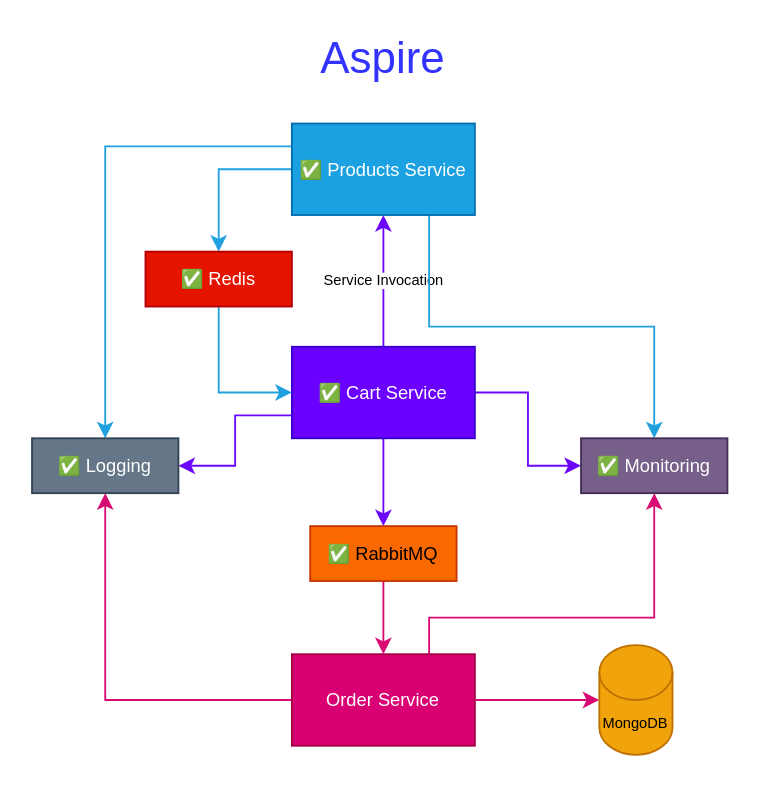
Earlier version of the draw.io diagram assets/Aspire.drawio (spicycoder/AspireRecipes). Source tidied: cells renumbered, new cells numbered last; positions are measured from the earlier drawing's top-left corner, leaving out a move shared by most shapes. Both pictures are drawn from the tidied source at 183%, with x=0, y=0 at pixel (31, 31).
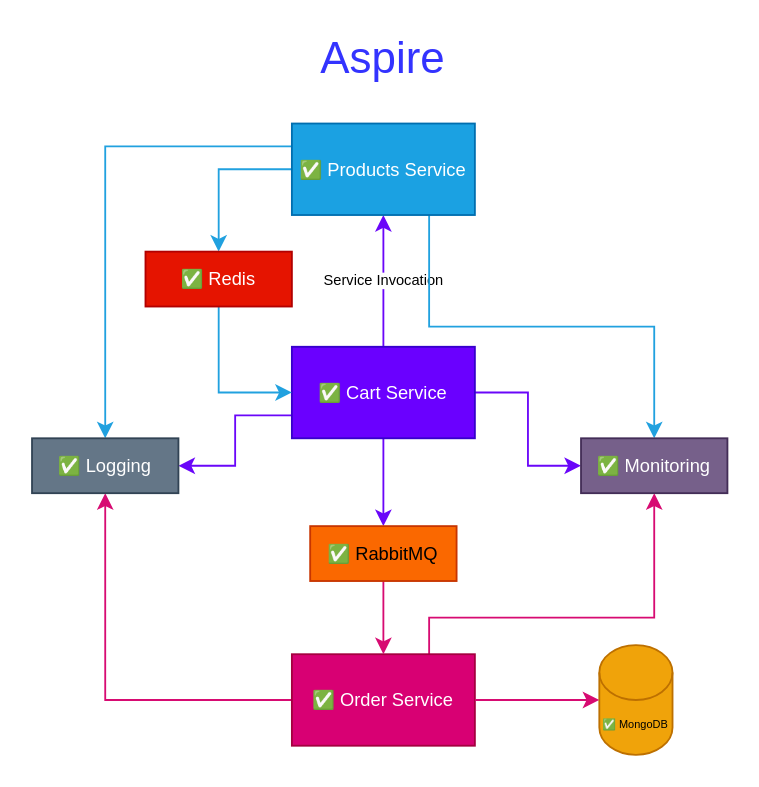
After the change.

Change to the diagram source:
```diff
@@
-    <mxCell id="13" value="Order Service" style="rounded=0;whiteSpace=wrap;html=1;fillColor=#d80073;fontColor=#ffffff;strokeColor=#A50040;fontSize=10;" parent="1" vertex="1">
+    <mxCell id="13" value="✅ Order Service" style="rounded=0;whiteSpace=wrap;html=1;fillColor=#d80073;fontColor=#ffffff;strokeColor=#A50040;fontSize=10;" parent="1" vertex="1">
       <mxGeometry x="142" y="340" width="100" height="50" as="geometry" />
     </mxCell>
@@
-    <mxCell id="18" value="MongoDB" style="shape=cylinder3;whiteSpace=wrap;html=1;boundedLbl=1;backgroundOutline=1;size=15;fontSize=8;fillColor=#f0a30a;fontColor=#000000;strokeColor=#BD7000;" parent="1" vertex="1">
+    <mxCell id="18" value="&lt;font style=&quot;font-size: 6px;&quot;&gt;✅ MongoDB&lt;/font&gt;" style="shape=cylinder3;whiteSpace=wrap;html=1;boundedLbl=1;backgroundOutline=1;size=15;fontSize=8;fillColor=#f0a30a;fontColor=#000000;strokeColor=#BD7000;" parent="1" vertex="1">
       <mxGeometry x="310" y="335" width="40" height="60" as="geometry" />
     </mxCell>
```
